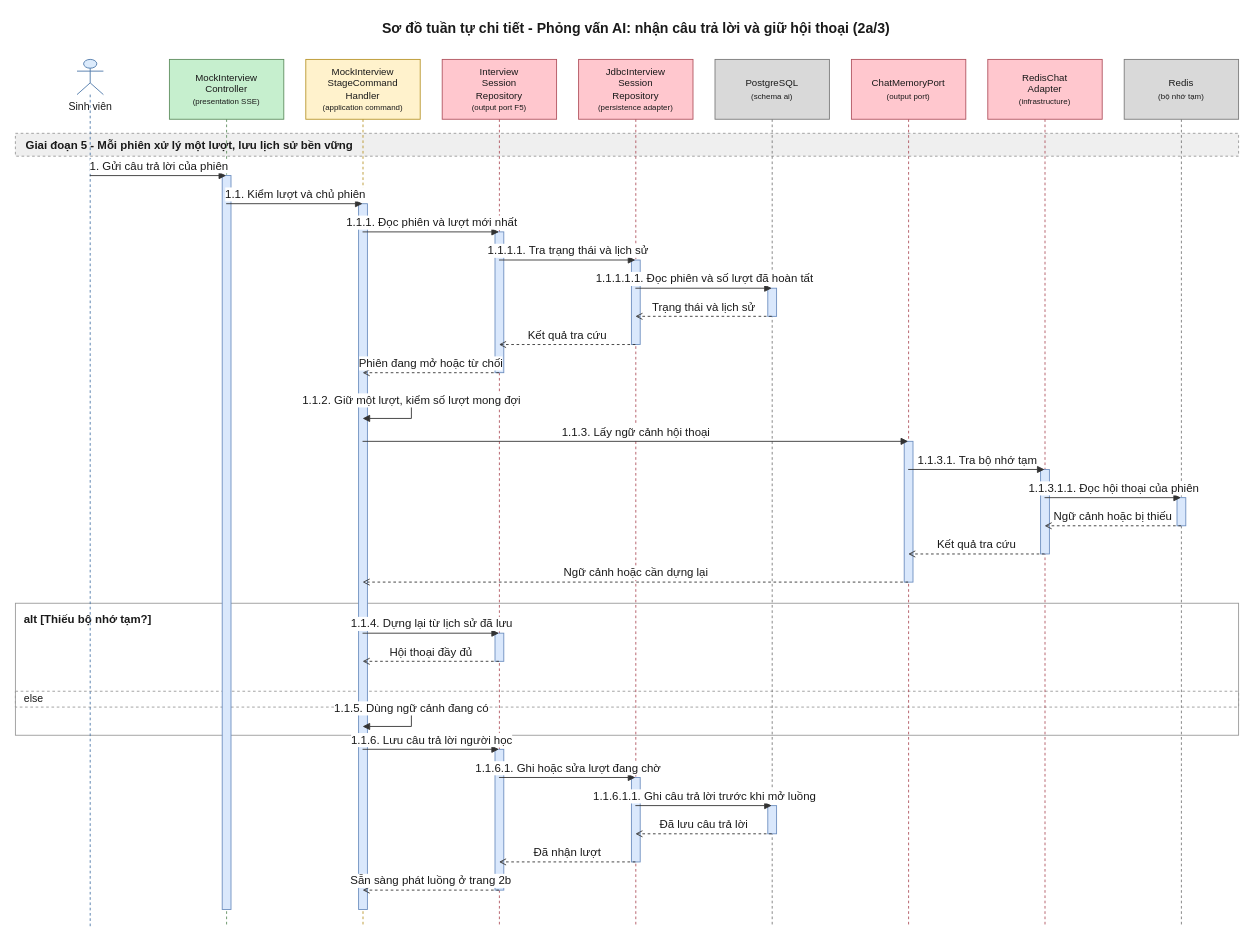
Earlier version of the draw.io diagram 08-diagram/sequence/user/sequence_user_phong_van_gia_lap_ai_p2.drawio (daiphu1801/PRJ_ALGOPREP). Source tidied: cells renumbered, new cells numbered last; positions are measured from the earlier drawing's top-left corner, leaving out a move shared by most shapes. Both pictures are drawn from the tidied source at 88%, with x=0, y=0 at pixel (15, 15).
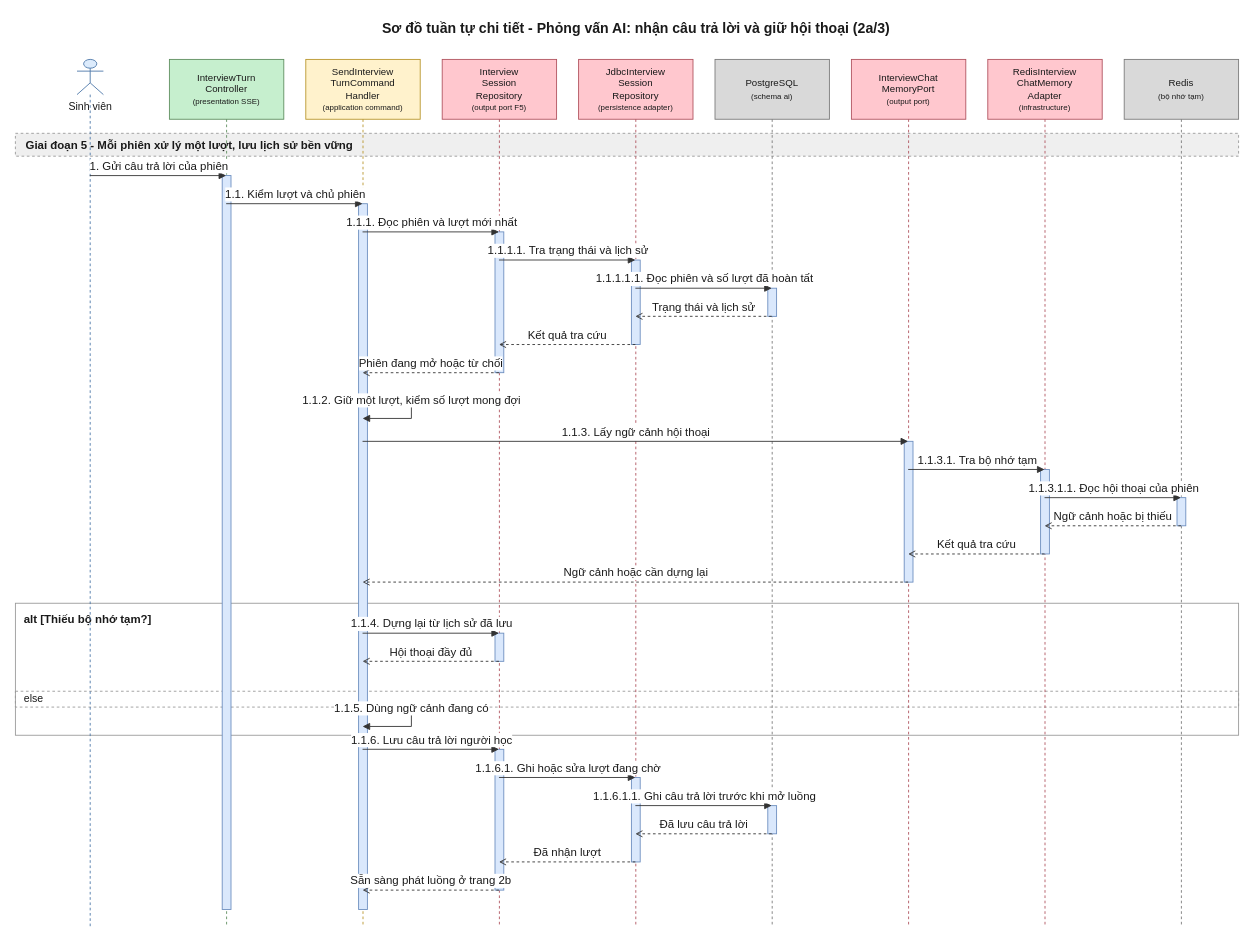
After the change.

What changed in the source:
```diff
@@
-    <mxCell id="7" value="MockInterview&lt;br&gt;Controller&lt;br&gt;&lt;font style=&quot;font-size:9px&quot;&gt;(presentation SSE)&lt;/font&gt;" style="shape=umlLifeline;perimeter=lifelinePerimeter;whiteSpace=wrap;html=1;outlineConnect=0;size=68;fontSize=11;fillColor=#C6EFCE;strokeColor=#5E8E5E;fontColor=#1A1A1A;" parent="1" vertex="1">
+    <mxCell id="7" value="InterviewTurn&lt;br&gt;Controller&lt;br&gt;&lt;font style=&quot;font-size:9px&quot;&gt;(presentation SSE)&lt;/font&gt;" style="shape=umlLifeline;perimeter=lifelinePerimeter;whiteSpace=wrap;html=1;outlineConnect=0;size=68;fontSize=11;fillColor=#C6EFCE;strokeColor=#5E8E5E;fontColor=#1A1A1A;" parent="1" vertex="1">
       <mxGeometry x="175" y="50" width="130" height="986" as="geometry" />
     </mxCell>
-    <mxCell id="8" value="MockInterview&lt;br&gt;StageCommand&lt;br&gt;Handler&lt;br&gt;&lt;font style=&quot;font-size:9px&quot;&gt;(application command)&lt;/font&gt;" style="shape=umlLifeline;perimeter=lifelinePerimeter;whiteSpace=wrap;html=1;outlineConnect=0;size=68;fontSize=11;fillColor=#FFF2CC;strokeColor=#B8952A;fontColor=#1A1A1A;" parent="1" vertex="1">
+    <mxCell id="8" value="SendInterview&lt;br&gt;TurnCommand&lt;br&gt;Handler&lt;br&gt;&lt;font style=&quot;font-size:9px&quot;&gt;(application command)&lt;/font&gt;" style="shape=umlLifeline;perimeter=lifelinePerimeter;whiteSpace=wrap;html=1;outlineConnect=0;size=68;fontSize=11;fillColor=#FFF2CC;strokeColor=#B8952A;fontColor=#1A1A1A;" parent="1" vertex="1">
       <mxGeometry x="330" y="50" width="130" height="986" as="geometry" />
     </mxCell>
@@
-    <mxCell id="12" value="ChatMemoryPort&lt;br&gt;&lt;font style=&quot;font-size:9px&quot;&gt;(output port)&lt;/font&gt;" style="shape=umlLifeline;perimeter=lifelinePerimeter;whiteSpace=wrap;html=1;outlineConnect=0;size=68;fontSize=11;fillColor=#FFC7CE;strokeColor=#B0525E;fontColor=#1A1A1A;" parent="1" vertex="1">
+    <mxCell id="12" value="InterviewChat&lt;br&gt;MemoryPort&lt;br&gt;&lt;font style=&quot;font-size:9px&quot;&gt;(output port)&lt;/font&gt;" style="shape=umlLifeline;perimeter=lifelinePerimeter;whiteSpace=wrap;html=1;outlineConnect=0;size=68;fontSize=11;fillColor=#FFC7CE;strokeColor=#B0525E;fontColor=#1A1A1A;" parent="1" vertex="1">
       <mxGeometry x="950" y="50" width="130" height="986" as="geometry" />
     </mxCell>
-    <mxCell id="13" value="RedisChat&lt;br&gt;Adapter&lt;br&gt;&lt;font style=&quot;font-size:9px&quot;&gt;(infrastructure)&lt;/font&gt;" style="shape=umlLifeline;perimeter=lifelinePerimeter;whiteSpace=wrap;html=1;outlineConnect=0;size=68;fontSize=11;fillColor=#FFC7CE;strokeColor=#B0525E;fontColor=#1A1A1A;" parent="1" vertex="1">
+    <mxCell id="13" value="RedisInterview&lt;br&gt;ChatMemory&lt;br&gt;Adapter&lt;br&gt;&lt;font style=&quot;font-size:9px&quot;&gt;(infrastructure)&lt;/font&gt;" style="shape=umlLifeline;perimeter=lifelinePerimeter;whiteSpace=wrap;html=1;outlineConnect=0;size=68;fontSize=11;fillColor=#FFC7CE;strokeColor=#B0525E;fontColor=#1A1A1A;" parent="1" vertex="1">
       <mxGeometry x="1105" y="50" width="130" height="986" as="geometry" />
     </mxCell>
```
